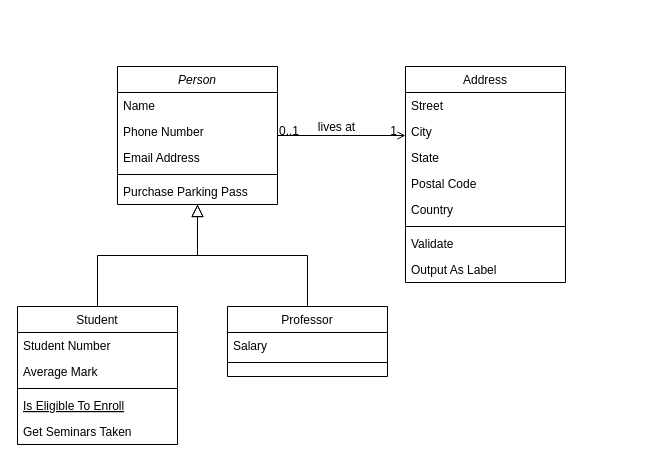
Earlier version of the draw.io diagram docs/SparkDiagram.drawio (josura/Error-classification-ISD). Source tidied: cells renumbered, new cells numbered last; positions are measured from the earlier drawing's top-left corner, leaving out a move shared by most shapes. Both pictures are drawn from the tidied source at 100%, with x=0, y=0 at pixel (17, 66).
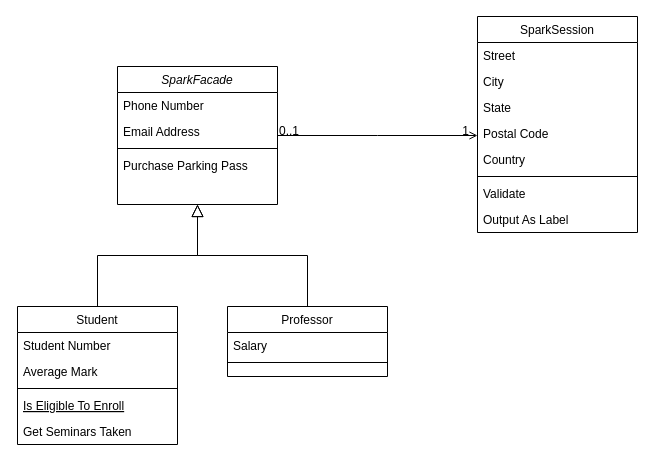
Above is the later version.

Unchanged cells that the change refers to:
```xml
<mxCell id="28" style="endArrow=open;shadow=0;strokeWidth=1;rounded=0;endFill=1;edgeStyle=elbowEdgeStyle;elbow=vertical;" parent="1" edge="1" source="2" target="19">
  <mxGeometry x="0.5" y="41" relative="1" as="geometry">
    <mxPoint x="-40" y="32" as="offset" />
  </mxGeometry>
</mxCell>
```

Change to the diagram source:
```diff
@@
-    <mxCell id="2" value="Person" style="swimlane;fontStyle=2;align=center;verticalAlign=top;horizontal=1;startSize=26;rounded=0;shadow=0;strokeWidth=1;" parent="1" vertex="1">
+    <mxCell id="2" value="SparkFacade" style="swimlane;fontStyle=2;align=center;verticalAlign=top;horizontal=1;startSize=26;rounded=0;shadow=0;strokeWidth=1;" parent="1" vertex="1">
       <mxGeometry x="100" width="160" height="138" as="geometry" />
     </mxCell>
-    <mxCell id="3" value="Name" style="text;align=left;verticalAlign=top;spacingLeft=4;spacingRight=4;overflow=hidden;" parent="2" vertex="1">
-      <mxGeometry y="26" width="160" height="26" as="geometry" />
-    </mxCell>
     <mxCell id="4" value="Phone Number" style="text;align=left;verticalAlign=top;spacingLeft=4;spacingRight=4;overflow=hidden;rounded=0;shadow=0;html=0;" parent="2" vertex="1">
-      <mxGeometry y="52" width="160" height="26" as="geometry" />
+      <mxGeometry y="26" width="160" height="26" as="geometry" />
     </mxCell>
     <mxCell id="5" value="Email Address" style="text;align=left;verticalAlign=top;spacingLeft=4;spacingRight=4;overflow=hidden;rounded=0;shadow=0;html=0;" parent="2" vertex="1">
-      <mxGeometry y="78" width="160" height="26" as="geometry" />
+      <mxGeometry y="52" width="160" height="26" as="geometry" />
     </mxCell>
     <mxCell id="6" style="line;html=1;strokeWidth=1;align=left;verticalAlign=middle;spacingTop=-1;spacingLeft=3;spacingRight=3;labelPosition=right;" parent="2" vertex="1">
-      <mxGeometry y="104" width="160" height="8" as="geometry" />
+      <mxGeometry y="78" width="160" height="8" as="geometry" />
     </mxCell>
     <mxCell id="7" value="Purchase Parking Pass" style="text;align=left;verticalAlign=top;spacingLeft=4;spacingRight=4;overflow=hidden;" parent="2" vertex="1">
-      <mxGeometry y="112" width="160" height="26" as="geometry" />
+      <mxGeometry y="86" width="160" height="26" as="geometry" />
     </mxCell>
@@
-    <mxCell id="19" value="Address" style="swimlane;fontStyle=0;align=center;verticalAlign=top;horizontal=1;startSize=26;rounded=0;shadow=0;strokeWidth=1;" parent="1" vertex="1">
-      <mxGeometry x="388" width="160" height="216" as="geometry" />
+    <mxCell id="19" value="SparkSession" style="swimlane;fontStyle=0;align=center;verticalAlign=top;horizontal=1;startSize=26;rounded=0;shadow=0;strokeWidth=1;" parent="1" vertex="1">
+      <mxGeometry x="460" y="-50" width="160" height="216" as="geometry" />
     </mxCell>
@@
-    <mxCell id="31" value="lives at" style="text;html=1;align=center;verticalAlign=middle;labelBackgroundColor=none;rounded=0;shadow=0;strokeWidth=1;fontSize=12;" parent="28" vertex="1">
-      <mxGeometry x="0.5" y="49" relative="1" as="geometry">
-        <mxPoint x="-38" y="40" as="offset" />
-      </mxGeometry>
-    </mxCell>
```
